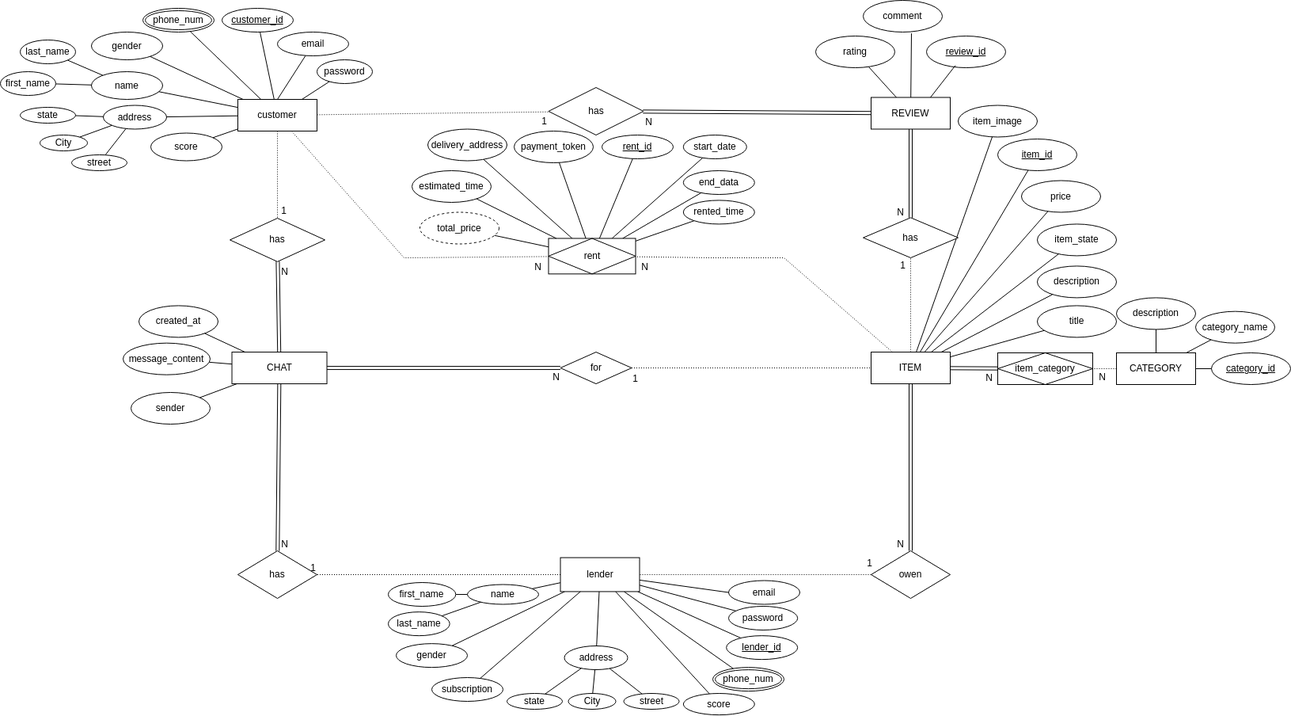
This is documents/ERD.drawio.drawio.png from ZiadMostafaGit/graduation-project, a draw.io export, as it was before one commit. Source tidied: cells renumbered, new cells last; positions are measured from the earlier drawing's top-left corner, leaving out a move shared by most shapes.
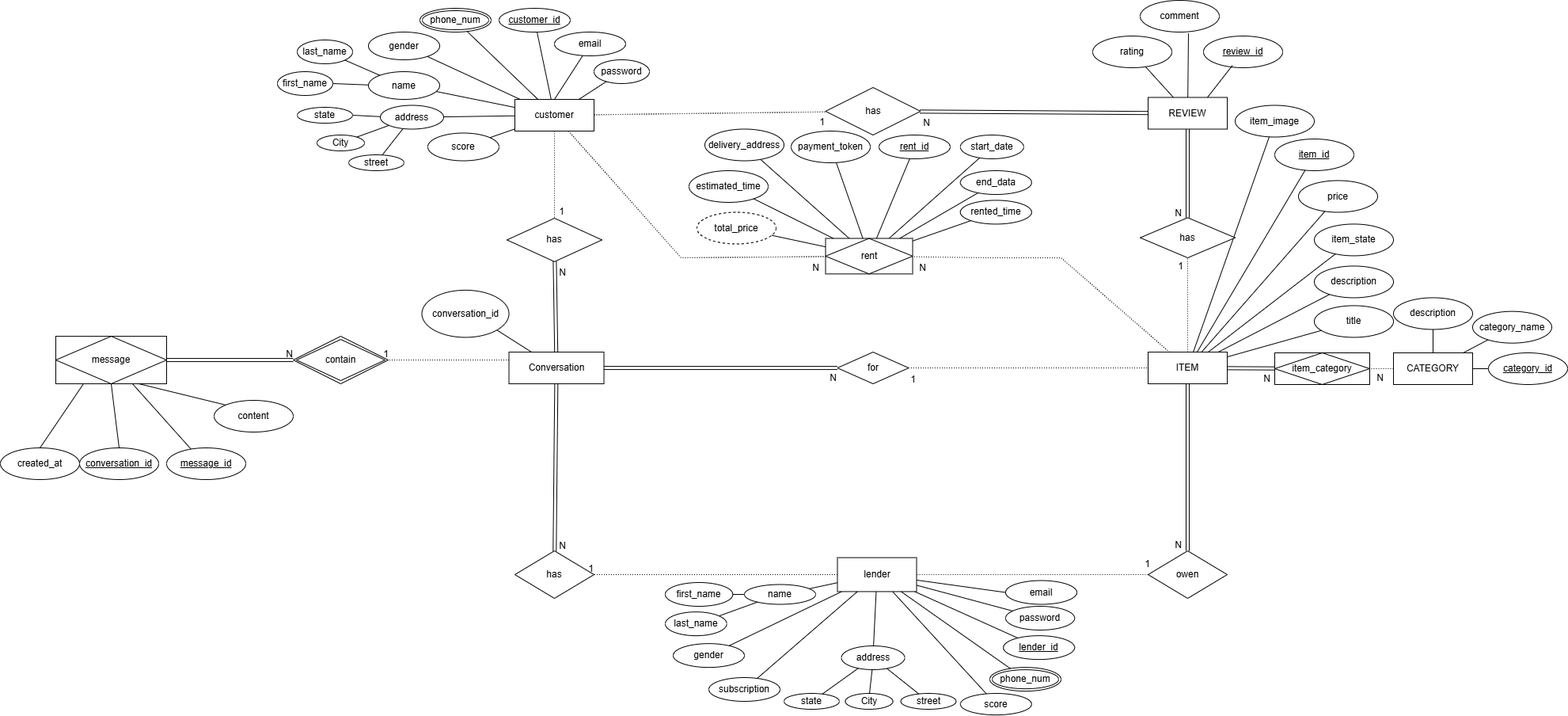
Later version of the same file.

What changed in the source:
```diff
@@ -8,7 +8,7 @@
     <mxCell id="3" value="CATEGORY" style="whiteSpace=wrap;html=1;align=center;labelBackgroundColor=none;" parent="1" vertex="1">
       <mxGeometry x="1410" y="445" width="100" height="40" as="geometry" />
     </mxCell>
-    <mxCell id="4" value="CHAT" style="whiteSpace=wrap;html=1;align=center;labelBackgroundColor=none;" parent="1" vertex="1">
+    <mxCell id="4" value="Conversation" style="whiteSpace=wrap;html=1;align=center;labelBackgroundColor=none;" parent="1" vertex="1">
       <mxGeometry x="292.5" y="444.1" width="120" height="40" as="geometry" />
     </mxCell>
     <mxCell id="5" value="address" style="ellipse;whiteSpace=wrap;html=1;align=center;labelBackgroundColor=none;" parent="1" vertex="1">
@@ -161,16 +161,7 @@
         <mxPoint x="15" y="21" as="offset" />
       </mxGeometry>
     </mxCell>
-    <mxCell id="53" value="created_at" style="ellipse;whiteSpace=wrap;html=1;align=center;labelBackgroundColor=none;" parent="1" vertex="1">
-      <mxGeometry x="175" y="385.4" width="100" height="40" as="geometry" />
-    </mxCell>
-    <mxCell id="54" style="endArrow=none;html=1;rounded=0;labelBackgroundColor=none;fontColor=default;" parent="1" edge="1" source="53" target="4">
-      <mxGeometry relative="1" as="geometry" />
-    </mxCell>
-    <mxCell id="55" value="&lt;div&gt;message_content&lt;/div&gt;" style="ellipse;whiteSpace=wrap;html=1;align=center;labelBackgroundColor=none;" parent="1" vertex="1">
-      <mxGeometry x="155" y="432.7" width="110" height="40" as="geometry" />
-    </mxCell>
-    <mxCell id="56" style="endArrow=none;html=1;rounded=0;labelBackgroundColor=none;fontColor=default;" parent="1" edge="1" source="4" target="55">
+    <mxCell id="56" style="endArrow=none;html=1;rounded=0;labelBackgroundColor=none;fontColor=default;entryX=1;entryY=1;entryDx=0;entryDy=0;" parent="1" edge="1" source="4" target="149">
       <mxGeometry relative="1" as="geometry" />
     </mxCell>
     <mxCell id="57" value="item_category" style="shape=associativeEntity;whiteSpace=wrap;html=1;align=center;labelBackgroundColor=none;" parent="1" vertex="1">
@@ -439,12 +430,6 @@
         <mxPoint x="-315" y="105" as="offset" />
       </mxGeometry>
     </mxCell>
-    <mxCell id="136" value="sender" style="ellipse;whiteSpace=wrap;html=1;align=center;labelBackgroundColor=none;" parent="1" vertex="1">
-      <mxGeometry x="165" y="495" width="100" height="40" as="geometry" />
-    </mxCell>
-    <mxCell id="137" style="endArrow=none;html=1;rounded=0;labelBackgroundColor=none;fontColor=default;" parent="1" edge="1" source="4" target="136">
-      <mxGeometry relative="1" as="geometry" />
-    </mxCell>
     <mxCell id="138" value="N" style="html=1;whiteSpace=wrap;align=right;verticalAlign=bottom;labelBackgroundColor=none;" parent="1" vertex="1">
       <mxGeometry x="1265" y="505" as="geometry">
         <mxPoint x="133" y="-21" as="offset" />
@@ -480,5 +465,50 @@
     <mxCell id="148" value="City" style="ellipse;whiteSpace=wrap;html=1;align=center;labelBackgroundColor=none;" parent="1" vertex="1">
       <mxGeometry x="717.5" y="875" width="60" height="20" as="geometry" />
     </mxCell>
+    <mxCell id="149" value="conversation_id" style="ellipse;whiteSpace=wrap;html=1;" parent="1" vertex="1">
+      <mxGeometry x="182.5" y="365.9" width="110" height="59.6" as="geometry" />
+    </mxCell>
+    <mxCell id="150" style="endArrow=none;html=1;rounded=0;dashed=1;dashPattern=1 2;exitX=0;exitY=0.25;exitDx=0;exitDy=0;entryX=1;entryY=0.5;entryDx=0;entryDy=0;" parent="1" edge="1" source="4" target="152">
+      <mxGeometry relative="1" as="geometry" />
+    </mxCell>
+    <mxCell id="151" value="1" style="html=1;whiteSpace=wrap;align=right;verticalAlign=bottom;" parent="150" vertex="1">
+      <mxGeometry x="1" relative="1" as="geometry" />
+    </mxCell>
+    <mxCell id="152" value="contain" style="shape=rhombus;double=1;perimeter=rhombusPerimeter;whiteSpace=wrap;html=1;align=center;" parent="1" vertex="1">
+      <mxGeometry x="20" y="424.1" width="120" height="60" as="geometry" />
+    </mxCell>
+    <mxCell id="153" value="message" style="shape=associativeEntity;whiteSpace=wrap;html=1;align=center;" parent="1" vertex="1">
+      <mxGeometry x="-280" y="424.1" width="140" height="60" as="geometry" />
+    </mxCell>
+    <mxCell id="154" style="shape=link;html=1;rounded=0;exitX=1;exitY=0.5;exitDx=0;exitDy=0;entryX=0;entryY=0.5;entryDx=0;entryDy=0;" parent="1" edge="1" source="153" target="152">
+      <mxGeometry relative="1" as="geometry" />
+    </mxCell>
+    <mxCell id="155" value="N" style="html=1;whiteSpace=wrap;align=right;verticalAlign=bottom;" parent="154" vertex="1">
+      <mxGeometry x="1" relative="1" as="geometry" />
+    </mxCell>
+    <mxCell id="156" style="endArrow=none;html=1;rounded=0;exitX=0.5;exitY=1;exitDx=0;exitDy=0;entryX=0.5;entryY=0;entryDx=0;entryDy=0;" parent="1" edge="1" source="153" target="161">
+      <mxGeometry relative="1" as="geometry" />
+    </mxCell>
+    <mxCell id="157" value="content" style="ellipse;whiteSpace=wrap;html=1;align=center;" parent="1" vertex="1">
+      <mxGeometry x="-80" y="505" width="100" height="40" as="geometry" />
+    </mxCell>
+    <mxCell id="53" value="created_at" style="ellipse;whiteSpace=wrap;html=1;align=center;" parent="1" vertex="1">
+      <mxGeometry x="-350" y="565" width="100" height="40" as="geometry" />
+    </mxCell>
+    <mxCell id="158" style="endArrow=none;html=1;rounded=0;exitX=0.25;exitY=1;exitDx=0;exitDy=0;entryX=0.5;entryY=0;entryDx=0;entryDy=0;" parent="1" edge="1" source="153" target="53">
+      <mxGeometry relative="1" as="geometry" />
+    </mxCell>
+    <mxCell id="159" style="endArrow=none;html=1;rounded=0;exitX=0.75;exitY=1;exitDx=0;exitDy=0;entryX=0;entryY=0;entryDx=0;entryDy=0;" parent="1" edge="1" source="153" target="157">
+      <mxGeometry relative="1" as="geometry" />
+    </mxCell>
+    <mxCell id="160" style="endArrow=none;html=1;rounded=0;entryX=0.36;entryY=0.183;entryDx=0;entryDy=0;entryPerimeter=0;" parent="1" edge="1" source="153" target="162">
+      <mxGeometry relative="1" as="geometry" />
+    </mxCell>
+    <mxCell id="161" value="conversation_id" style="ellipse;whiteSpace=wrap;html=1;align=center;fontStyle=4;" parent="1" vertex="1">
+      <mxGeometry x="-250" y="565" width="100" height="40" as="geometry" />
+    </mxCell>
+    <mxCell id="162" value="message_id" style="ellipse;whiteSpace=wrap;html=1;align=center;fontStyle=4;" parent="1" vertex="1">
+      <mxGeometry x="-140" y="565" width="100" height="40" as="geometry" />
+    </mxCell>
   </root>
 </mxGraphModel>
```
